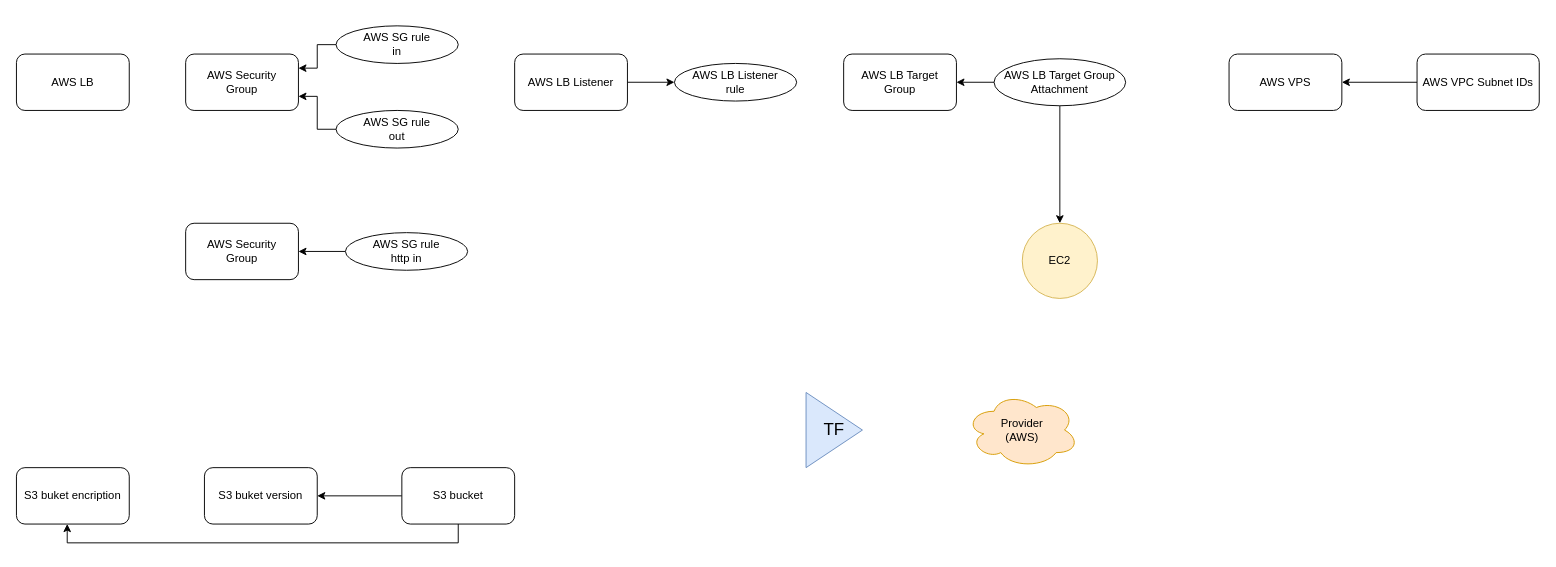
markrin/PublicProject keeps this draw.io diagram as Untitled Diagram.drawio. Above is the earlier version. Source tidied: cells renumbered, new cells numbered last; positions are measured from the earlier drawing's top-left corner, leaving out a move shared by most shapes. Both pictures are drawn from the tidied source at 94%, with x=0, y=0 at pixel (16, 25).
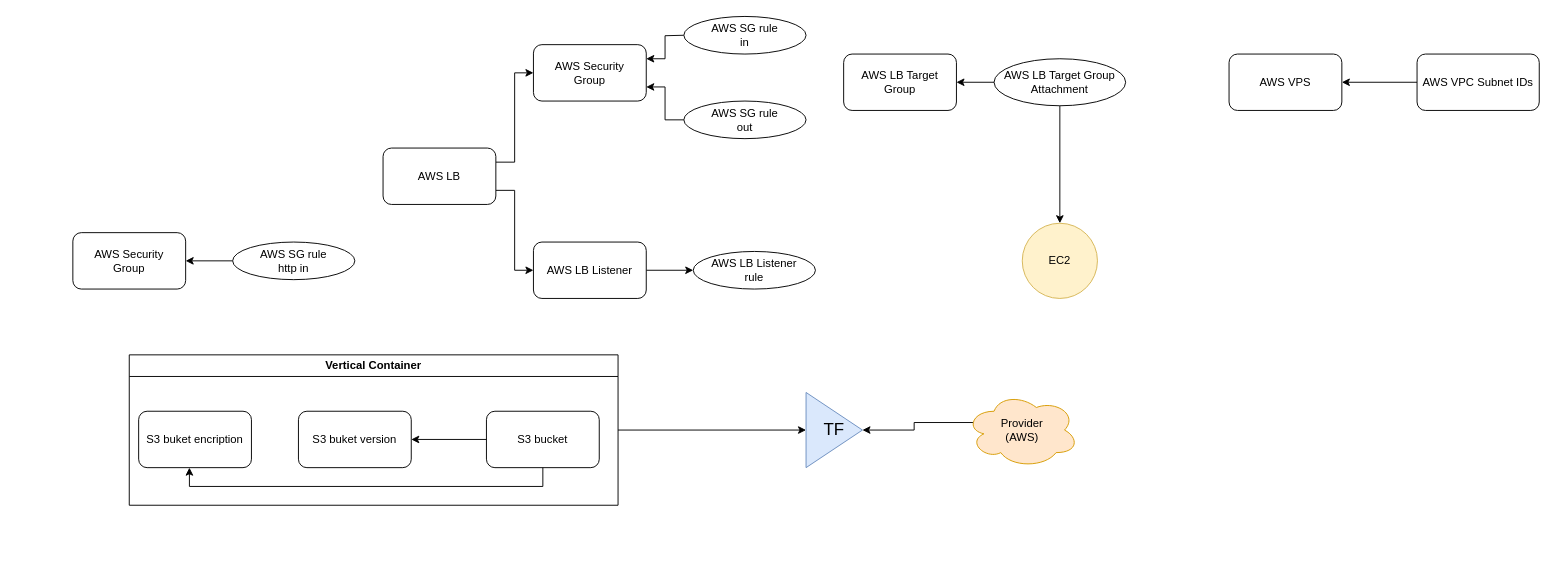
The same page after the edit.

Diff of the diagram source:
```diff
@@
+    <mxCell id="29" style="edgeStyle=orthogonalEdgeStyle;rounded=0;jettySize=auto;html=1;exitX=1;exitY=0.25;exitDx=0;exitDy=0;entryX=0;entryY=0.5;entryDx=0;entryDy=0;" parent="1" edge="1" source="2" target="7">
+      <mxGeometry relative="1" as="geometry" />
+    </mxCell>
+    <mxCell id="30" style="edgeStyle=orthogonalEdgeStyle;rounded=0;jettySize=auto;html=1;exitX=1;exitY=0.75;exitDx=0;exitDy=0;entryX=0;entryY=0.5;entryDx=0;entryDy=0;" parent="1" edge="1" source="2" target="9">
+      <mxGeometry relative="1" as="geometry" />
+    </mxCell>
     <mxCell id="2" value="AWS LB" style="rounded=1;whiteSpace=wrap;html=1;" parent="1" vertex="1">
-      <mxGeometry y="30" width="120" height="60" as="geometry" />
+      <mxGeometry x="390" y="130" width="120" height="60" as="geometry" />
     </mxCell>
@@
     <mxCell id="4" value="&lt;div&gt;AWS SG rule&lt;/div&gt;&lt;div&gt;out&lt;br&gt;&lt;/div&gt;" style="ellipse;whiteSpace=wrap;html=1;" parent="1" vertex="1">
-      <mxGeometry x="340" y="90" width="130" height="40" as="geometry" />
+      <mxGeometry x="710" y="80" width="130" height="40" as="geometry" />
     </mxCell>
-    <mxCell id="5" style="edgeStyle=orthogonalEdgeStyle;rounded=0;jettySize=auto;html=1;exitX=0;exitY=0.5;exitDx=0;exitDy=0;entryX=1;entryY=0.25;entryDx=0;entryDy=0;" parent="1" edge="1" source="6" target="7">
-      <mxGeometry relative="1" as="geometry" />
+    <mxCell id="5" style="edgeStyle=orthogonalEdgeStyle;rounded=0;jettySize=auto;html=1;exitX=0;exitY=0.5;exitDx=0;exitDy=0;entryX=1;entryY=0.25;entryDx=0;entryDy=0;" parent="1" edge="1" target="7">
+      <mxGeometry relative="1" as="geometry">
+        <mxPoint x="710" y="10" as="sourcePoint" />
+      </mxGeometry>
     </mxCell>
     <mxCell id="6" value="&lt;div&gt;AWS SG rule&lt;/div&gt;&lt;div&gt;in&lt;/div&gt;" style="ellipse;whiteSpace=wrap;html=1;" parent="1" vertex="1">
-      <mxGeometry x="340" width="130" height="40" as="geometry" />
+      <mxGeometry x="710" y="-10" width="130" height="40" as="geometry" />
     </mxCell>
     <mxCell id="7" value="&lt;div&gt;AWS Security&lt;/div&gt;&lt;div&gt;Group&lt;br&gt;&lt;/div&gt;" style="rounded=1;whiteSpace=wrap;html=1;" parent="1" vertex="1">
-      <mxGeometry x="180" y="30" width="120" height="60" as="geometry" />
+      <mxGeometry x="550" y="20" width="120" height="60" as="geometry" />
     </mxCell>
@@
     <mxCell id="9" value="AWS LB Listener" style="rounded=1;whiteSpace=wrap;html=1;" parent="1" vertex="1">
-      <mxGeometry x="530" y="30" width="120" height="60" as="geometry" />
+      <mxGeometry x="550" y="230" width="120" height="60" as="geometry" />
     </mxCell>
     <mxCell id="10" value="&lt;div&gt;AWS LB Listener&lt;/div&gt;&lt;div&gt;rule&lt;br&gt;&lt;/div&gt;" style="ellipse;whiteSpace=wrap;html=1;" parent="1" vertex="1">
-      <mxGeometry x="700" y="40" width="130" height="40" as="geometry" />
+      <mxGeometry x="720" y="240" width="130" height="40" as="geometry" />
     </mxCell>
@@
     <mxCell id="16" value="&lt;div&gt;AWS Security&lt;/div&gt;&lt;div&gt;Group&lt;br&gt;&lt;/div&gt;" style="rounded=1;whiteSpace=wrap;html=1;" parent="1" vertex="1">
-      <mxGeometry x="180" y="210" width="120" height="60" as="geometry" />
+      <mxGeometry x="60" y="220" width="120" height="60" as="geometry" />
     </mxCell>
@@
     <mxCell id="18" value="&lt;div&gt;AWS SG rule&lt;/div&gt;&lt;div&gt;http in&lt;br&gt;&lt;/div&gt;" style="ellipse;whiteSpace=wrap;html=1;" parent="1" vertex="1">
-      <mxGeometry x="350" y="220" width="130" height="40" as="geometry" />
+      <mxGeometry x="230" y="230" width="130" height="40" as="geometry" />
     </mxCell>
@@
+    <mxCell id="27" value="TF" style="triangle;whiteSpace=wrap;html=1;fontSize=18;fillColor=#dae8fc;strokeColor=#6c8ebf;" parent="1" vertex="1">
+      <mxGeometry x="840" y="390" width="60" height="80" as="geometry" />
+    </mxCell>
+    <mxCell id="31" style="edgeStyle=orthogonalEdgeStyle;rounded=0;jettySize=auto;html=1;exitX=0.07;exitY=0.4;exitDx=0;exitDy=0;exitPerimeter=0;entryX=1;entryY=0.5;entryDx=0;entryDy=0;" parent="1" edge="1" source="28" target="27">
+      <mxGeometry relative="1" as="geometry" />
+    </mxCell>
+    <mxCell id="28" value="&lt;div&gt;Provider&lt;/div&gt;&lt;div&gt;(AWS)&lt;br&gt;&lt;/div&gt;" style="ellipse;shape=cloud;whiteSpace=wrap;html=1;fillColor=#ffe6cc;strokeColor=#d79b00;" parent="1" vertex="1">
+      <mxGeometry x="1010" y="390" width="120" height="80" as="geometry" />
+    </mxCell>
+    <mxCell id="32" style="edgeStyle=orthogonalEdgeStyle;rounded=0;jettySize=auto;html=1;entryX=0;entryY=0.5;entryDx=0;entryDy=0;" parent="1" edge="1" source="33" target="27">
+      <mxGeometry relative="1" as="geometry" />
+    </mxCell>
+    <mxCell id="33" value="Vertical Container" style="swimlane;whiteSpace=wrap;html=1;" parent="1" vertex="1">
+      <mxGeometry x="120" y="350" width="520" height="160" as="geometry" />
+    </mxCell>
-    <mxCell id="22" value="S3 buket encription" style="rounded=1;whiteSpace=wrap;html=1;" parent="1" vertex="1">
-      <mxGeometry y="470" width="120" height="60" as="geometry" />
+    <mxCell id="22" value="S3 buket encription" style="rounded=1;whiteSpace=wrap;html=1;" parent="33" vertex="1">
+      <mxGeometry x="10" y="60" width="120" height="60" as="geometry" />
     </mxCell>
-    <mxCell id="23" value="S3 buket version" style="rounded=1;whiteSpace=wrap;html=1;" parent="1" vertex="1">
-      <mxGeometry x="200" y="470" width="120" height="60" as="geometry" />
+    <mxCell id="23" value="S3 buket version" style="rounded=1;whiteSpace=wrap;html=1;" parent="33" vertex="1">
+      <mxGeometry x="180" y="60" width="120" height="60" as="geometry" />
     </mxCell>
+    <mxCell id="26" value="S3 bucket" style="rounded=1;whiteSpace=wrap;html=1;" parent="33" vertex="1">
+      <mxGeometry x="380" y="60" width="120" height="60" as="geometry" />
+    </mxCell>
-    <mxCell id="24" style="edgeStyle=orthogonalEdgeStyle;rounded=0;jettySize=auto;html=1;exitX=0;exitY=0.5;exitDx=0;exitDy=0;entryX=1;entryY=0.5;entryDx=0;entryDy=0;" parent="1" edge="1" source="26" target="23">
+    <mxCell id="24" style="edgeStyle=orthogonalEdgeStyle;rounded=0;jettySize=auto;html=1;exitX=0;exitY=0.5;exitDx=0;exitDy=0;entryX=1;entryY=0.5;entryDx=0;entryDy=0;" parent="33" edge="1" source="26" target="23">
       <mxGeometry relative="1" as="geometry" />
     </mxCell>
-    <mxCell id="25" style="edgeStyle=orthogonalEdgeStyle;rounded=0;jettySize=auto;html=1;exitX=0.5;exitY=1;exitDx=0;exitDy=0;entryX=0.45;entryY=1;entryDx=0;entryDy=0;entryPerimeter=0;" parent="1" edge="1" source="26" target="22">
+    <mxCell id="25" style="edgeStyle=orthogonalEdgeStyle;rounded=0;jettySize=auto;html=1;exitX=0.5;exitY=1;exitDx=0;exitDy=0;entryX=0.45;entryY=1;entryDx=0;entryDy=0;entryPerimeter=0;" parent="33" edge="1" source="26" target="22">
       <mxGeometry relative="1" as="geometry" />
     </mxCell>
-    <mxCell id="26" value="S3 bucket" style="rounded=1;whiteSpace=wrap;html=1;" parent="1" vertex="1">
-      <mxGeometry x="410" y="470" width="120" height="60" as="geometry" />
-    </mxCell>
-    <mxCell id="27" value="TF" style="triangle;whiteSpace=wrap;html=1;fontSize=18;fillColor=#dae8fc;strokeColor=#6c8ebf;" parent="1" vertex="1">
-      <mxGeometry x="840" y="390" width="60" height="80" as="geometry" />
-    </mxCell>
-    <mxCell id="28" value="&lt;div&gt;Provider&lt;/div&gt;&lt;div&gt;(AWS)&lt;br&gt;&lt;/div&gt;" style="ellipse;shape=cloud;whiteSpace=wrap;html=1;fillColor=#ffe6cc;strokeColor=#d79b00;" parent="1" vertex="1">
-      <mxGeometry x="1010" y="390" width="120" height="80" as="geometry" />
-    </mxCell>
```
